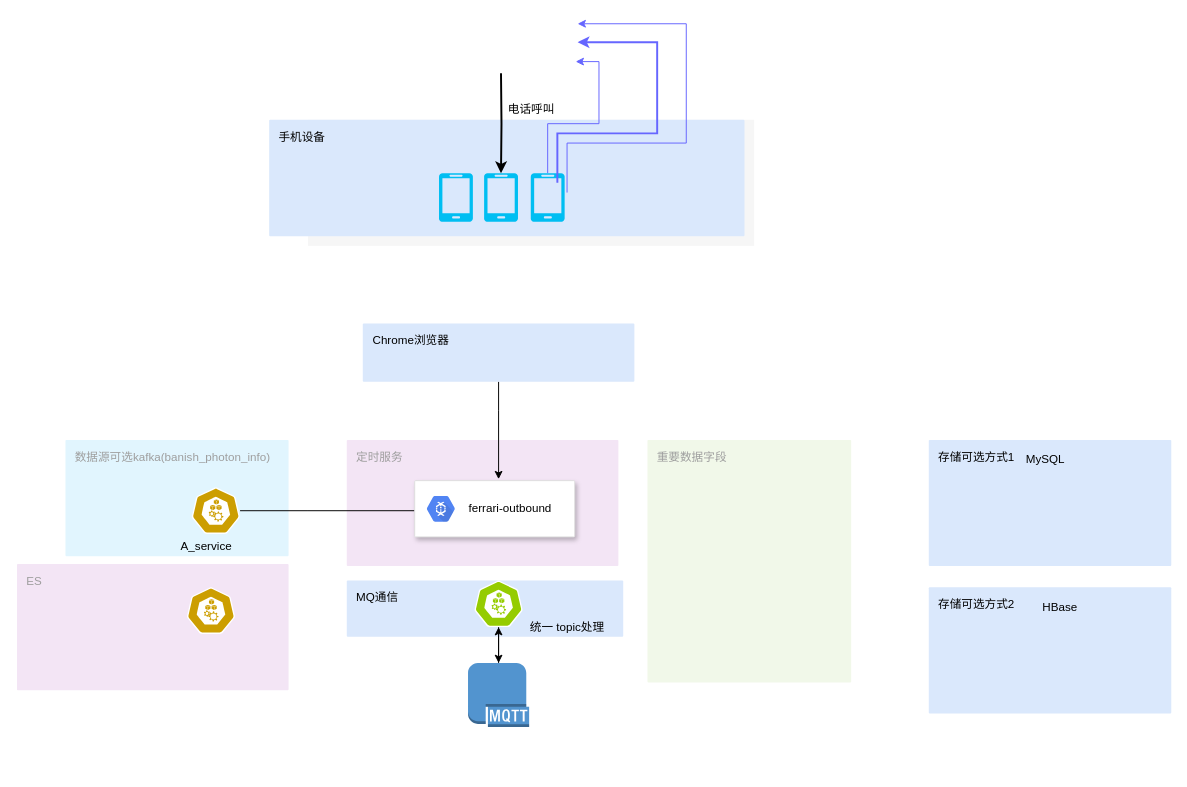
This is craft/agg_performance.drawio from feihu618/drawio, a draw.io file, before an edit. Source tidied: cells renumbered, new cells numbered last; positions are measured from the earlier drawing's top-left corner, leaving out a move shared by most shapes. Both pictures are drawn from the tidied source at 97%, with x=0, y=0 at pixel (16, 23).
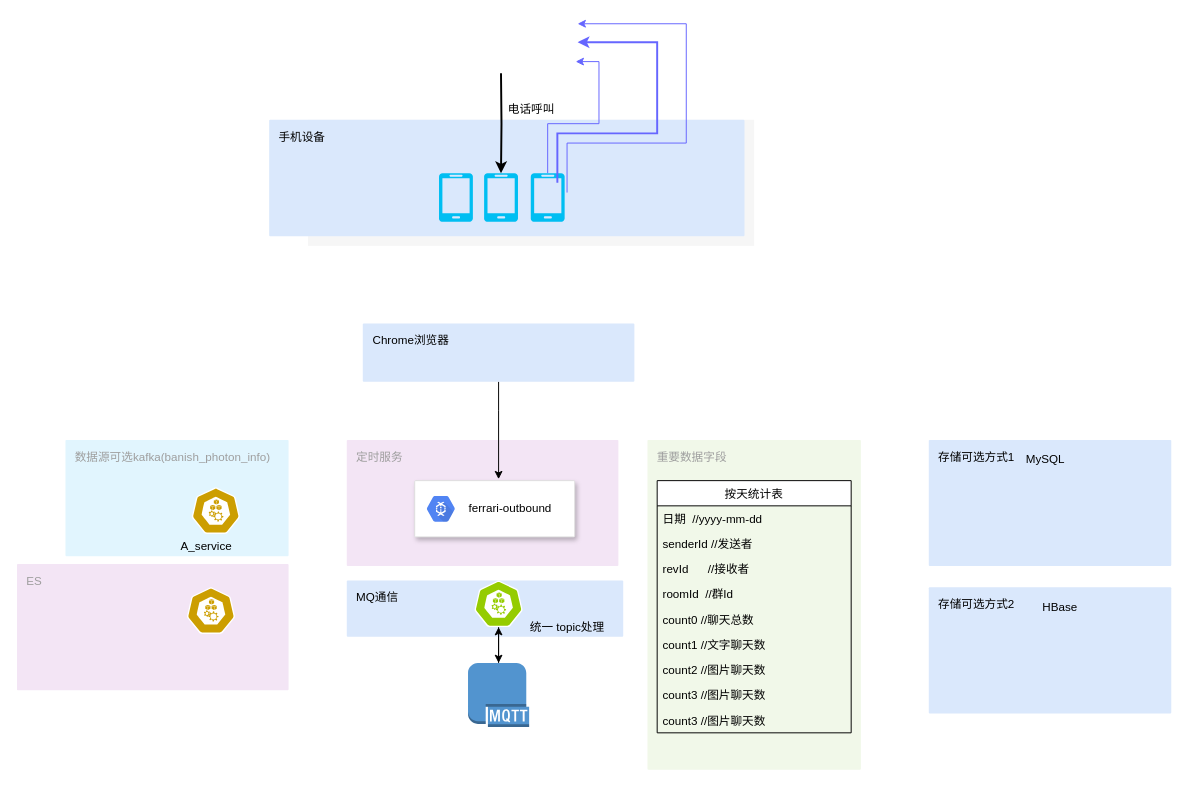
The same page after the edit.

Unchanged cells that the change refers to:
```xml
<mxCell id="18" style="html=1;dashed=0;whitespace=wrap;fillColor=#cc9e01;strokeColor=#ffffff;points=[[0.005,0.63,0],[0.1,0.2,0],[0.9,0.2,0],[0.5,0,0],[0.995,0.63,0],[0.72,0.99,0],[0.5,1,0],[0.28,0.99,0]];shape=mxgraph.kubernetes.icon;prIcon=node;" parent="1" vertex="1">
  <mxGeometry x="180" y="478" width="50" height="48" as="geometry" />
</mxCell>
```

What changed in the source:
```diff
@@
-    <mxCell id="17" style="edgeStyle=orthogonalEdgeStyle;rounded=0;jettySize=auto;html=1;" parent="1" edge="1" source="18">
-      <mxGeometry relative="1" as="geometry">
-        <mxPoint x="464" y="502" as="targetPoint" />
-        <Array as="points">
-          <mxPoint x="300" y="502" />
-          <mxPoint x="300" y="502" />
-        </Array>
-      </mxGeometry>
-    </mxCell>
@@
     <mxCell id="21" value="重要数据字段" style="rounded=1;absoluteArcSize=1;arcSize=2;html=1;strokeColor=none;gradientColor=none;shadow=0;dashed=0;strokeColor=none;fontSize=12;fontColor=#9E9E9E;align=left;verticalAlign=top;spacing=10;spacingTop=-4;fillColor=#F1F8E9;" parent="1" vertex="1">
-      <mxGeometry x="650" y="429" width="210" height="250" as="geometry" />
+      <mxGeometry x="650" y="429" width="220" height="340" as="geometry" />
     </mxCell>
@@
+    <mxCell id="34" value="按天统计表" style="swimlane;fontStyle=0;horizontal=1;startSize=26;" parent="1" vertex="1">
+      <mxGeometry x="660" y="471" width="200" height="260" as="geometry" />
+    </mxCell>
+    <mxCell id="35" value="日期  //yyyy-mm-dd" style="text;strokeColor=none;fillColor=none;align=left;verticalAlign=top;spacingLeft=4;spacingRight=4;overflow=hidden;" parent="34" vertex="1">
+      <mxGeometry y="26" width="200" height="26" as="geometry" />
+    </mxCell>
+    <mxCell id="36" value="senderId //发送者" style="text;strokeColor=none;fillColor=none;align=left;verticalAlign=top;spacingLeft=4;spacingRight=4;overflow=hidden;" parent="34" vertex="1">
+      <mxGeometry y="52" width="200" height="26" as="geometry" />
+    </mxCell>
+    <mxCell id="37" value="revId      //接收者" style="text;strokeColor=none;fillColor=none;align=left;verticalAlign=top;spacingLeft=4;spacingRight=4;overflow=hidden;" parent="34" vertex="1">
+      <mxGeometry y="78" width="200" height="26" as="geometry" />
+    </mxCell>
+    <mxCell id="38" value="roomId  //群Id" style="text;strokeColor=none;fillColor=none;align=left;verticalAlign=top;spacingLeft=4;spacingRight=4;overflow=hidden;" parent="34" vertex="1">
+      <mxGeometry y="104" width="200" height="26" as="geometry" />
+    </mxCell>
+    <mxCell id="39" value="count0 //聊天总数" style="text;strokeColor=none;fillColor=none;align=left;verticalAlign=top;spacingLeft=4;spacingRight=4;overflow=hidden;" parent="34" vertex="1">
+      <mxGeometry y="130" width="200" height="26" as="geometry" />
+    </mxCell>
+    <mxCell id="40" value="count1 //文字聊天数" style="text;strokeColor=none;fillColor=none;align=left;verticalAlign=top;spacingLeft=4;spacingRight=4;overflow=hidden;" parent="34" vertex="1">
+      <mxGeometry y="156" width="200" height="26" as="geometry" />
+    </mxCell>
+    <mxCell id="41" value="count2 //图片聊天数" style="text;strokeColor=none;fillColor=none;align=left;verticalAlign=top;spacingLeft=4;spacingRight=4;overflow=hidden;" parent="34" vertex="1">
+      <mxGeometry y="182" width="200" height="26" as="geometry" />
+    </mxCell>
+    <mxCell id="42" value="count3 //图片聊天数" style="text;strokeColor=none;fillColor=none;align=left;verticalAlign=top;spacingLeft=4;spacingRight=4;overflow=hidden;" parent="34" vertex="1">
+      <mxGeometry y="208" width="200" height="26" as="geometry" />
+    </mxCell>
+    <mxCell id="43" value="count3 //图片聊天数" style="text;strokeColor=none;fillColor=none;align=left;verticalAlign=top;spacingLeft=4;spacingRight=4;overflow=hidden;" parent="34" vertex="1">
+      <mxGeometry y="234" width="200" height="26" as="geometry" />
+    </mxCell>
```
